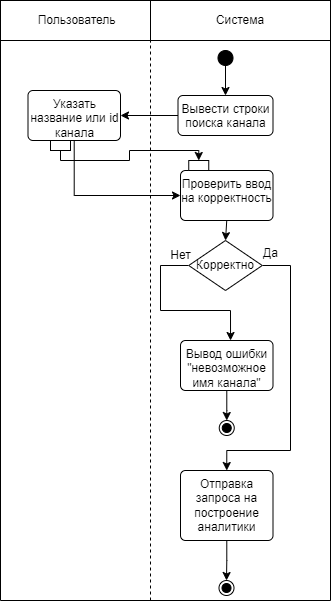
Earlier version of the draw.io export docs/images/functional_diagram1.png (Hembos/YoutubeAnalytics). Source tidied: cells renumbered, new cells last; positions are measured from the earlier drawing's top-left corner, leaving out a move shared by most shapes.
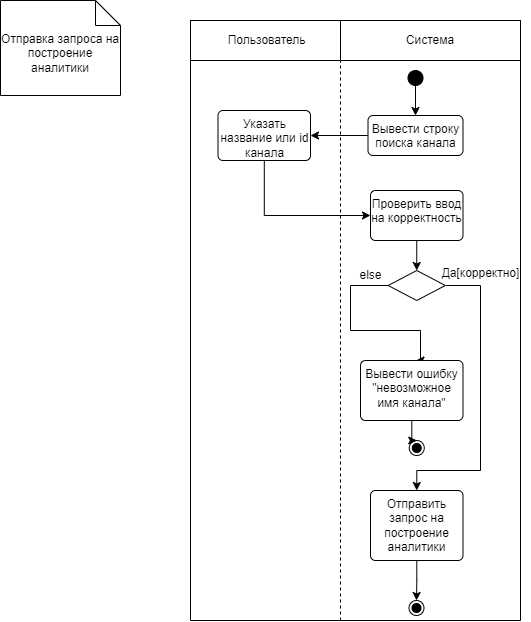
The same file after the commit.

Change to the diagram source:
```diff
@@ -33,7 +33,7 @@
     <mxCell id="9" style="edgeStyle=orthogonalEdgeStyle;rounded=0;jettySize=auto;html=1;entryX=1;entryY=0.5;entryDx=0;entryDy=0;" parent="1" edge="1" source="10" target="12">
       <mxGeometry relative="1" as="geometry" />
     </mxCell>
-    <mxCell id="10" value="Вывести строки поиска канала" style="html=1;align=center;verticalAlign=top;rounded=1;absoluteArcSize=1;arcSize=10;dashed=0;whiteSpace=wrap;" parent="1" vertex="1">
+    <mxCell id="10" value="Вывести строку поиска канала" style="html=1;align=center;verticalAlign=top;rounded=1;absoluteArcSize=1;arcSize=10;dashed=0;whiteSpace=wrap;" parent="1" vertex="1">
       <mxGeometry x="177.5" y="95" width="95" height="40" as="geometry" />
     </mxCell>
     <mxCell id="11" style="edgeStyle=orthogonalEdgeStyle;rounded=0;jettySize=auto;html=1;entryX=0;entryY=0.5;entryDx=0;entryDy=0;" parent="1" edge="1" source="12" target="14">
@@ -70,14 +70,14 @@
         </Array>
       </mxGeometry>
     </mxCell>
-    <mxCell id="17" value="Корректно" style="rhombus;whiteSpace=wrap;html=1;" parent="1" vertex="1">
-      <mxGeometry x="188.2" y="240" width="73.5" height="50" as="geometry" />
+    <mxCell id="17" style="rhombus;whiteSpace=wrap;html=1;" parent="1" vertex="1">
+      <mxGeometry x="197.7" y="250" width="57.1" height="30" as="geometry" />
     </mxCell>
     <mxCell id="18" style="edgeStyle=orthogonalEdgeStyle;rounded=0;jettySize=auto;html=1;" parent="1" edge="1" source="19" target="20">
       <mxGeometry relative="1" as="geometry" />
     </mxCell>
-    <mxCell id="19" value="Вывод ошибки &quot;невозможное имя канала&quot;" style="html=1;align=center;verticalAlign=top;rounded=1;absoluteArcSize=1;arcSize=10;dashed=0;whiteSpace=wrap;" parent="1" vertex="1">
-      <mxGeometry x="180" y="340" width="92.5" height="50" as="geometry" />
+    <mxCell id="19" value="Вывести ошибку &quot;невозможное имя канала&quot;" style="html=1;align=center;verticalAlign=top;rounded=1;absoluteArcSize=1;arcSize=10;dashed=0;whiteSpace=wrap;" parent="1" vertex="1">
+      <mxGeometry x="170" y="340" width="102.5" height="60" as="geometry" />
     </mxCell>
     <mxCell id="20" style="ellipse;html=1;shape=endState;fillColor=strokeColor;" parent="1" vertex="1">
       <mxGeometry x="218.8" y="420" width="15" height="15" as="geometry" />
@@ -85,31 +85,15 @@
     <mxCell id="21" style="edgeStyle=orthogonalEdgeStyle;rounded=0;jettySize=auto;html=1;entryX=0.5;entryY=0;entryDx=0;entryDy=0;" parent="1" edge="1" source="22" target="29">
       <mxGeometry relative="1" as="geometry" />
     </mxCell>
-    <mxCell id="22" value="Отправка запроса на построение аналитики" style="html=1;align=center;verticalAlign=top;rounded=1;absoluteArcSize=1;arcSize=10;dashed=0;whiteSpace=wrap;" parent="1" vertex="1">
+    <mxCell id="22" value="Отправить запрос на построение аналитики" style="html=1;align=center;verticalAlign=top;rounded=1;absoluteArcSize=1;arcSize=10;dashed=0;whiteSpace=wrap;" parent="1" vertex="1">
       <mxGeometry x="180" y="470" width="92.5" height="70" as="geometry" />
     </mxCell>
-    <mxCell id="23" value="Нет" style="text;html=1;align=center;verticalAlign=middle;strokeColor=none;fillColor=none;" parent="1" vertex="1">
-      <mxGeometry x="160" y="240" width="40" height="30" as="geometry" />
+    <mxCell id="23" value="else" style="text;html=1;align=center;verticalAlign=middle;strokeColor=none;fillColor=none;" parent="1" vertex="1">
+      <mxGeometry x="155" y="240" width="50" height="30" as="geometry" />
     </mxCell>
-    <mxCell id="24" value="Да" style="text;html=1;align=center;verticalAlign=middle;strokeColor=none;fillColor=none;" parent="1" vertex="1">
-      <mxGeometry x="250" y="238" width="40" height="30" as="geometry" />
+    <mxCell id="24" value="Да[корректно]" style="text;html=1;align=center;verticalAlign=middle;strokeColor=none;fillColor=none;" parent="1" vertex="1">
+      <mxGeometry x="240" y="238" width="100" height="30" as="geometry" />
     </mxCell>
-    <mxCell id="25" style="rounded=0;whiteSpace=wrap;html=1;" parent="1" vertex="1">
-      <mxGeometry x="188.2" y="160" width="20" height="10" as="geometry" />
-    </mxCell>
-    <mxCell id="26" style="rounded=0;whiteSpace=wrap;html=1;" parent="1" vertex="1">
-      <mxGeometry x="50" y="140" width="20" height="10" as="geometry" />
-    </mxCell>
-    <mxCell id="27" style="edgeStyle=orthogonalEdgeStyle;rounded=0;jettySize=auto;html=1;entryX=0.5;entryY=0;entryDx=0;entryDy=0;" parent="1" edge="1" source="26" target="25">
-      <mxGeometry relative="1" as="geometry">
-        <Array as="points">
-          <mxPoint x="60" y="160" />
-          <mxPoint x="129" y="160" />
-          <mxPoint x="129" y="150" />
-          <mxPoint x="198" y="150" />
-        </Array>
-      </mxGeometry>
-    </mxCell>
     <mxCell id="28" style="endArrow=none;html=1;rounded=0;" parent="1" edge="1">
       <mxGeometry relative="1" as="geometry">
         <mxPoint y="600" as="sourcePoint" />
@@ -119,5 +103,8 @@
     <mxCell id="29" style="ellipse;html=1;shape=endState;fillColor=strokeColor;" parent="1" vertex="1">
       <mxGeometry x="218.5" y="580" width="15" height="15" as="geometry" />
     </mxCell>
+    <mxCell id="30" value="Отправка запроса на построение аналитики" style="shape=note2;boundedLbl=1;whiteSpace=wrap;html=1;size=25;verticalAlign=top;align=center;" parent="1" vertex="1">
+      <mxGeometry x="-190" y="-20" width="120" height="95" as="geometry" />
+    </mxCell>
   </root>
 </mxGraphModel>
```
